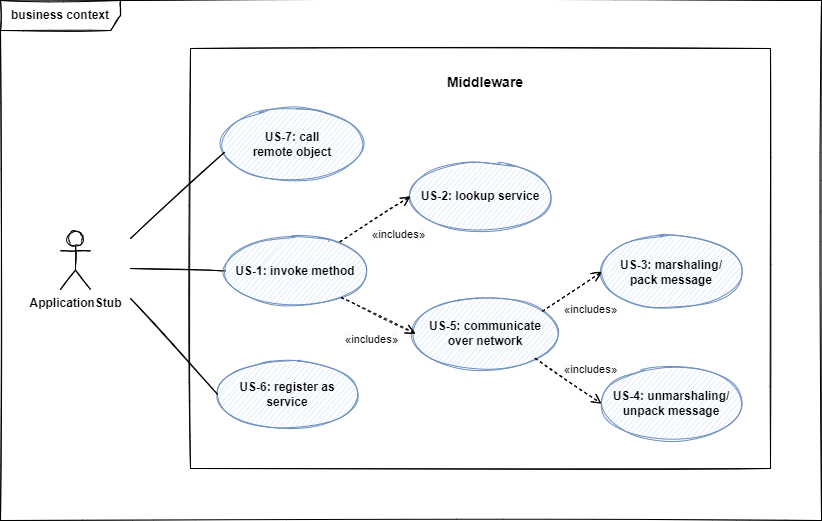
Above: Dokumentation/Middleware/diagrams/scope_business.png in sckoenig/Distributed-Tron (draw.io), before the change. Source tidied: cells renumbered, new cells last; positions are measured from the earlier drawing's top-left corner, leaving out a move shared by most shapes.
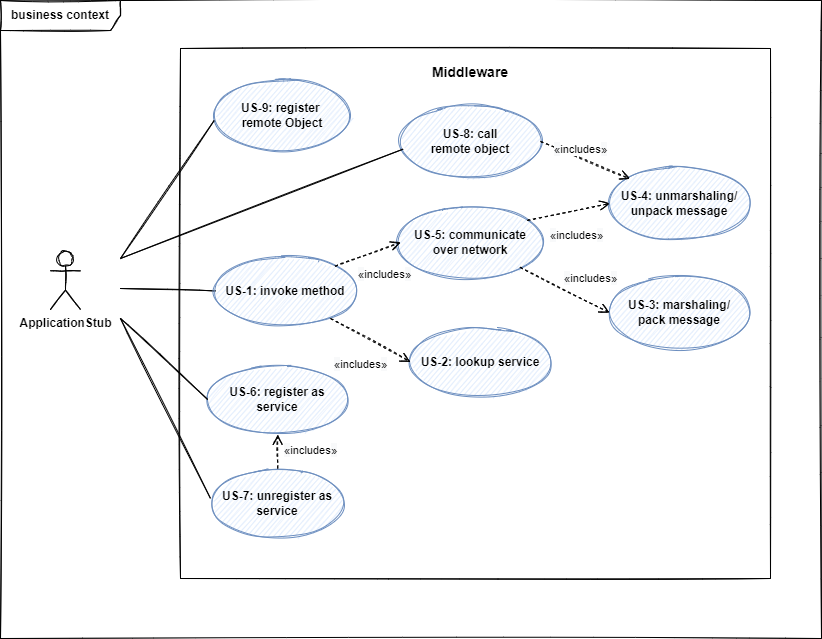
The same diagram one commit later.

Commit message:
updated use case diagram

Diff of the diagram source:
```diff
@@ -3,10 +3,10 @@
     <mxCell id="0" />
     <mxCell id="1" parent="0" />
     <mxCell id="2" value="&lt;b&gt;business context&lt;/b&gt;" style="shape=umlFrame;whiteSpace=wrap;html=1;width=120;height=30;sketch=1;" parent="1" vertex="1">
-      <mxGeometry width="821" height="520" as="geometry" />
+      <mxGeometry x="10" y="-20" width="821" height="638" as="geometry" />
     </mxCell>
     <mxCell id="3" style="rounded=0;whiteSpace=wrap;html=1;fillColor=none;sketch=1;" parent="1" vertex="1">
-      <mxGeometry x="190" y="48" width="580" height="420" as="geometry" />
+      <mxGeometry x="190" y="28" width="590" height="530" as="geometry" />
     </mxCell>
     <mxCell id="4" value="&lt;b&gt;ApplicationStub&lt;/b&gt;" style="shape=umlActor;verticalLabelPosition=bottom;verticalAlign=top;html=1;sketch=1;" parent="1" vertex="1">
       <mxGeometry x="60" y="231" width="30" height="58" as="geometry" />
@@ -23,7 +23,7 @@
       </mxGeometry>
     </mxCell>
     <mxCell id="7" value="Middleware" style="text;align=center;fontStyle=1;verticalAlign=middle;spacingLeft=3;spacingRight=3;strokeColor=none;fillColor=none;sketch=1;fontSize=14;" parent="1" vertex="1">
-      <mxGeometry x="445" y="68" width="80" height="26" as="geometry" />
+      <mxGeometry x="440" y="38" width="80" height="26" as="geometry" />
     </mxCell>
     <mxCell id="8" style="edgeStyle=orthogonalEdgeStyle;rounded=0;orthogonalLoop=1;jettySize=auto;html=1;exitX=0.5;exitY=1;exitDx=0;exitDy=0;" parent="1" edge="1">
       <mxGeometry relative="1" as="geometry">
@@ -35,39 +35,40 @@
       <mxGeometry x="225" y="235.5" width="140" height="70" as="geometry" />
     </mxCell>
     <mxCell id="10" value="&lt;b&gt;US-6: register as service&lt;br&gt;&lt;/b&gt;" style="ellipse;whiteSpace=wrap;html=1;sketch=1;fillColor=#dae8fc;strokeColor=#6c8ebf;" parent="1" vertex="1">
-      <mxGeometry x="217.2" y="359" width="140" height="70" as="geometry" />
+      <mxGeometry x="217.2" y="344" width="140" height="70" as="geometry" />
     </mxCell>
     <mxCell id="11" value="&lt;b&gt;US-2: lookup service&lt;br&gt;&lt;/b&gt;" style="ellipse;whiteSpace=wrap;html=1;sketch=1;fillColor=#dae8fc;strokeColor=#6c8ebf;" parent="1" vertex="1">
-      <mxGeometry x="410" y="161" width="140" height="70" as="geometry" />
+      <mxGeometry x="420" y="306.5" width="140" height="70" as="geometry" />
     </mxCell>
     <mxCell id="12" style="endArrow=none;endFill=0;endSize=12;html=1;rounded=0;entryX=0;entryY=0.5;entryDx=0;entryDy=0;sketch=1;" parent="1" edge="1" target="10">
       <mxGeometry relative="1" as="geometry">
         <mxPoint x="130" y="298" as="sourcePoint" />
       </mxGeometry>
     </mxCell>
-    <mxCell id="13" value="&lt;span style=&quot;font-size: 12px; background-color: rgb(248, 249, 250);&quot;&gt;«&lt;/span&gt;includes&lt;span style=&quot;font-size: 12px; background-color: rgb(248, 249, 250);&quot;&gt;»&lt;/span&gt;" style="html=1;verticalAlign=bottom;endArrow=open;dashed=1;endSize=8;rounded=0;exitX=0.816;exitY=0.086;exitDx=0;exitDy=0;sketch=1;exitPerimeter=0;entryX=0;entryY=0.5;entryDx=0;entryDy=0;" parent="1" edge="1" source="9" target="11">
+    <mxCell id="13" value="&lt;span style=&quot;font-size: 12px; background-color: rgb(248, 249, 250);&quot;&gt;«&lt;/span&gt;includes&lt;span style=&quot;font-size: 12px; background-color: rgb(248, 249, 250);&quot;&gt;»&lt;/span&gt;" style="html=1;verticalAlign=bottom;endArrow=open;dashed=1;endSize=8;rounded=0;sketch=1;entryX=0;entryY=0.5;entryDx=0;entryDy=0;" parent="1" edge="1" target="11">
       <mxGeometry x="0.17" y="-33" relative="1" as="geometry">
+        <mxPoint x="340" y="298" as="sourcePoint" />
         <mxPoint x="-1" as="offset" />
       </mxGeometry>
     </mxCell>
-    <mxCell id="14" value="&lt;b&gt;US-3: marshaling/&lt;br&gt;pack message&lt;br&gt;&lt;/b&gt;" style="ellipse;whiteSpace=wrap;html=1;sketch=1;fillColor=#dae8fc;strokeColor=#6c8ebf;" parent="1" vertex="1">
-      <mxGeometry x="601" y="236.5" width="140" height="70" as="geometry" />
+    <mxCell id="14" value="&lt;b&gt;US-4: unmarshaling/&lt;br&gt;unpack message&lt;/b&gt;&lt;b&gt;&lt;br&gt;&lt;/b&gt;" style="ellipse;whiteSpace=wrap;html=1;sketch=1;fillColor=#dae8fc;strokeColor=#6c8ebf;" parent="1" vertex="1">
+      <mxGeometry x="619" y="148" width="140" height="70" as="geometry" />
     </mxCell>
-    <mxCell id="15" value="&lt;b&gt;US-4: unmarshaling/&lt;br&gt;unpack message&lt;br&gt;&lt;/b&gt;" style="ellipse;whiteSpace=wrap;html=1;sketch=1;fillColor=#dae8fc;strokeColor=#6c8ebf;" parent="1" vertex="1">
-      <mxGeometry x="601" y="368" width="140" height="70" as="geometry" />
+    <mxCell id="15" value="&lt;b&gt;US-3: marshaling/&lt;br&gt;pack message&lt;/b&gt;&lt;b&gt;&lt;br&gt;&lt;/b&gt;" style="ellipse;whiteSpace=wrap;html=1;sketch=1;fillColor=#dae8fc;strokeColor=#6c8ebf;" parent="1" vertex="1">
+      <mxGeometry x="619" y="257" width="140" height="70" as="geometry" />
     </mxCell>
     <mxCell id="16" value="&lt;b&gt;US-5: communicate&lt;br&gt;over network&lt;br&gt;&lt;/b&gt;" style="ellipse;whiteSpace=wrap;html=1;sketch=1;fillColor=#dae8fc;strokeColor=#6c8ebf;" parent="1" vertex="1">
-      <mxGeometry x="415" y="298" width="140" height="70" as="geometry" />
+      <mxGeometry x="410" y="187" width="140" height="70" as="geometry" />
     </mxCell>
-    <mxCell id="17" value="&lt;b&gt;US-7: call&lt;br&gt;remote object&lt;br&gt;&lt;/b&gt;" style="ellipse;whiteSpace=wrap;html=1;sketch=1;fillColor=#dae8fc;strokeColor=#6c8ebf;" parent="1" vertex="1">
-      <mxGeometry x="221.5" y="109" width="140" height="70" as="geometry" />
+    <mxCell id="17" value="&lt;b&gt;US-8: call&lt;br&gt;remote object&lt;br&gt;&lt;/b&gt;" style="ellipse;whiteSpace=wrap;html=1;sketch=1;fillColor=#dae8fc;strokeColor=#6c8ebf;" parent="1" vertex="1">
+      <mxGeometry x="410" y="86" width="140" height="70" as="geometry" />
     </mxCell>
     <mxCell id="18" style="endArrow=none;endFill=0;endSize=12;html=1;rounded=0;entryX=0.019;entryY=0.609;entryDx=0;entryDy=0;sketch=1;entryPerimeter=0;" parent="1" edge="1" target="17">
       <mxGeometry relative="1" as="geometry">
         <mxPoint x="130" y="238" as="sourcePoint" />
       </mxGeometry>
     </mxCell>
-    <mxCell id="19" value="&lt;span style=&quot;font-size: 12px; background-color: rgb(248, 249, 250);&quot;&gt;«&lt;/span&gt;includes&lt;span style=&quot;font-size: 12px; background-color: rgb(248, 249, 250);&quot;&gt;»&lt;/span&gt;" style="html=1;verticalAlign=bottom;endArrow=open;dashed=1;endSize=8;rounded=0;exitX=0.825;exitY=0.878;exitDx=0;exitDy=0;sketch=1;entryX=0;entryY=0.5;entryDx=0;entryDy=0;exitPerimeter=0;" parent="1" edge="1" source="9" target="16">
+    <mxCell id="19" value="&lt;span style=&quot;font-size: 12px; background-color: rgb(248, 249, 250);&quot;&gt;«&lt;/span&gt;includes&lt;span style=&quot;font-size: 12px; background-color: rgb(248, 249, 250);&quot;&gt;»&lt;/span&gt;" style="html=1;verticalAlign=bottom;endArrow=open;dashed=1;endSize=8;rounded=0;exitX=1;exitY=0;exitDx=0;exitDy=0;sketch=1;entryX=0;entryY=0.5;entryDx=0;entryDy=0;" parent="1" edge="1" source="9" target="16">
       <mxGeometry x="0.18" y="-33" relative="1" as="geometry" />
     </mxCell>
     <mxCell id="20" value="&lt;span style=&quot;font-size: 12px; background-color: rgb(248, 249, 250);&quot;&gt;«&lt;/span&gt;includes&lt;span style=&quot;font-size: 12px; background-color: rgb(248, 249, 250);&quot;&gt;»&lt;/span&gt;" style="html=1;verticalAlign=bottom;endArrow=open;dashed=1;endSize=8;rounded=0;exitX=0.906;exitY=0.184;exitDx=0;exitDy=0;sketch=1;exitPerimeter=0;entryX=0;entryY=0.5;entryDx=0;entryDy=0;" parent="1" edge="1" source="16" target="14">
@@ -76,5 +77,28 @@
     <mxCell id="21" value="&lt;span style=&quot;font-size: 12px; background-color: rgb(248, 249, 250);&quot;&gt;«&lt;/span&gt;includes&lt;span style=&quot;font-size: 12px; background-color: rgb(248, 249, 250);&quot;&gt;»&lt;/span&gt;" style="html=1;verticalAlign=bottom;endArrow=open;dashed=1;endSize=8;rounded=0;exitX=1;exitY=1;exitDx=0;exitDy=0;sketch=1;entryX=0;entryY=0.5;entryDx=0;entryDy=0;" parent="1" edge="1" source="16" target="15">
       <mxGeometry x="0.42" y="14" relative="1" as="geometry" />
     </mxCell>
+    <mxCell id="22" value="&lt;b&gt;US-7: unregister as service&lt;br&gt;&lt;/b&gt;" style="ellipse;whiteSpace=wrap;html=1;sketch=1;fillColor=#dae8fc;strokeColor=#6c8ebf;" parent="1" vertex="1">
+      <mxGeometry x="217.2" y="448" width="140" height="70" as="geometry" />
+    </mxCell>
+    <mxCell id="23" style="endArrow=none;endFill=0;endSize=12;html=1;rounded=0;sketch=1;" parent="1" edge="1">
+      <mxGeometry relative="1" as="geometry">
+        <mxPoint x="130" y="298" as="sourcePoint" />
+        <mxPoint x="220" y="478" as="targetPoint" />
+      </mxGeometry>
+    </mxCell>
+    <mxCell id="24" value="&lt;span style=&quot;font-size: 12px; background-color: rgb(248, 249, 250);&quot;&gt;«&lt;/span&gt;includes&lt;span style=&quot;font-size: 12px; background-color: rgb(248, 249, 250);&quot;&gt;»&lt;/span&gt;" style="html=1;verticalAlign=bottom;endArrow=open;dashed=1;endSize=8;rounded=0;exitX=0.5;exitY=0;exitDx=0;exitDy=0;sketch=1;entryX=0.5;entryY=1;entryDx=0;entryDy=0;" parent="1" edge="1" source="22" target="10">
+      <mxGeometry x="-0.41" y="-33" relative="1" as="geometry" />
+    </mxCell>
+    <mxCell id="25" value="&lt;b&gt;US-9: register&amp;nbsp;&lt;br&gt;remote Object&lt;br&gt;&lt;/b&gt;" style="ellipse;whiteSpace=wrap;html=1;sketch=1;fillColor=#dae8fc;strokeColor=#6c8ebf;" parent="1" vertex="1">
+      <mxGeometry x="221.5" y="60" width="140" height="70" as="geometry" />
+    </mxCell>
+    <mxCell id="26" style="endArrow=none;endFill=0;endSize=12;html=1;rounded=0;entryX=0.016;entryY=0.57;entryDx=0;entryDy=0;sketch=1;entryPerimeter=0;" parent="1" edge="1" target="25">
+      <mxGeometry relative="1" as="geometry">
+        <mxPoint x="130" y="238" as="sourcePoint" />
+      </mxGeometry>
+    </mxCell>
+    <mxCell id="27" value="&lt;span style=&quot;font-size: 12px; background-color: rgb(248, 249, 250);&quot;&gt;«&lt;/span&gt;includes&lt;span style=&quot;font-size: 12px; background-color: rgb(248, 249, 250);&quot;&gt;»&lt;/span&gt;" style="html=1;verticalAlign=bottom;endArrow=open;dashed=1;endSize=8;rounded=0;exitX=1;exitY=0.5;exitDx=0;exitDy=0;sketch=1;entryX=0;entryY=0;entryDx=0;entryDy=0;" parent="1" edge="1" source="17" target="14">
+      <mxGeometry x="-0.1" relative="1" as="geometry" />
+    </mxCell>
   </root>
 </mxGraphModel>
```
